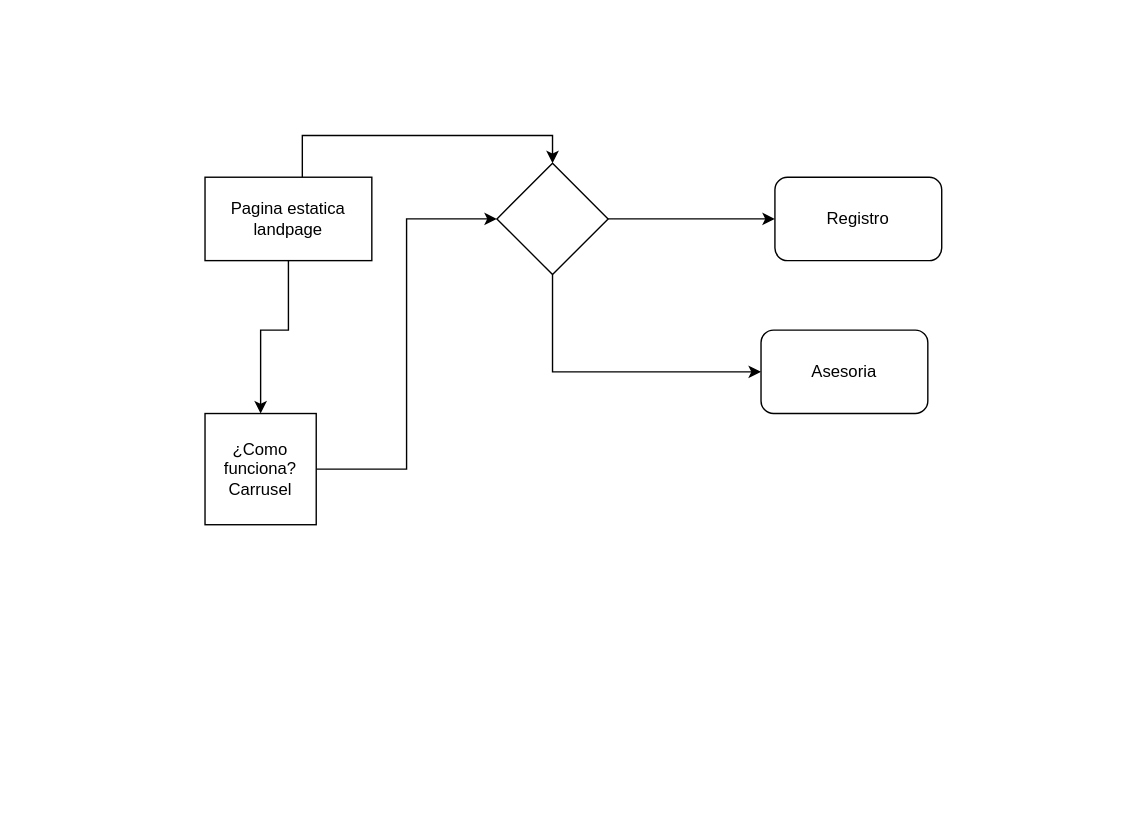
The draw.io diagram page "Página-1" (1 of 2) of docs/FlujoEntreModulos.drawio in pablomerchan/TheoriaM, before the edit. Source tidied: cells renumbered, new cells numbered last; positions are measured from the earlier drawing's top-left corner, leaving out a move shared by most shapes. Both pictures are drawn from the tidied source at 139%, with x=0, y=0 at pixel (204, 135).
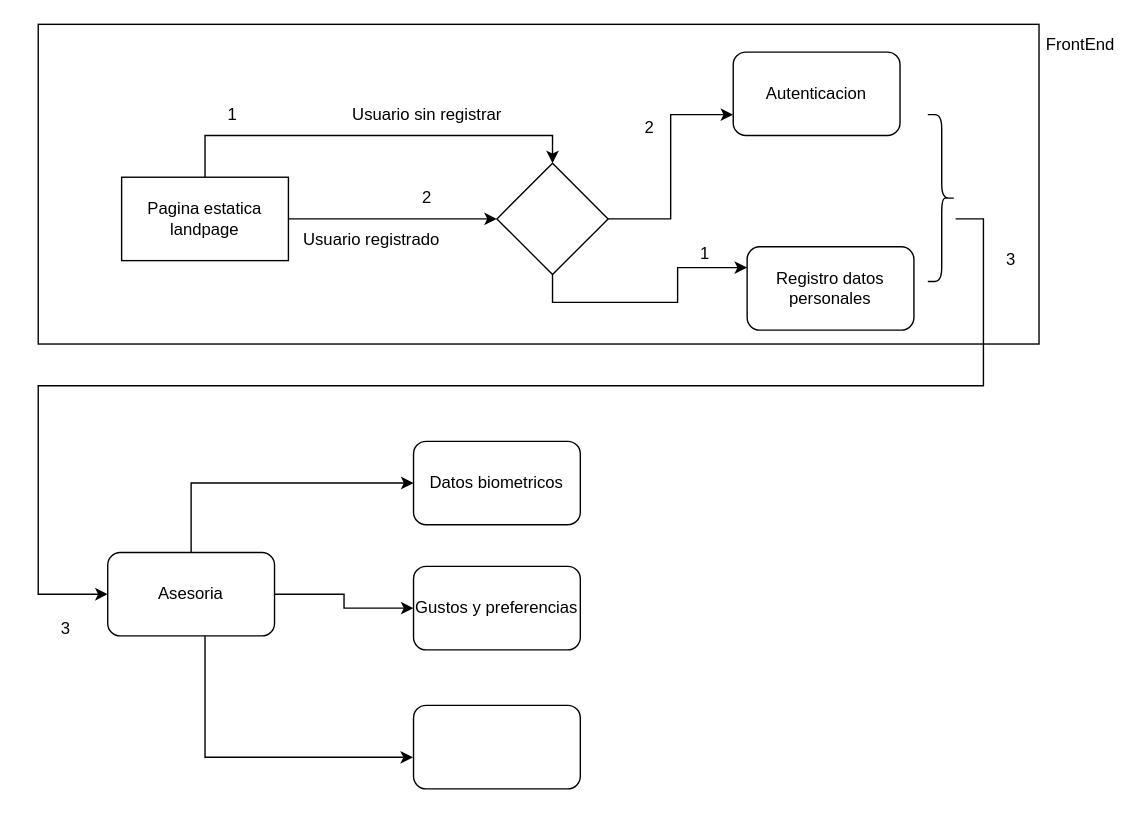
The same diagram, later.

The change refers to these unchanged cells:
```xml
<mxCell id="10" style="rhombus;whiteSpace=wrap;html=1;shapeInside=1;" parent="1" vertex="1">
  <mxGeometry x="210" y="20" width="80" height="80" as="geometry" />
</mxCell>
```

Diff of the diagram source:
```diff
@@
-    <mxCell id="2" style="edgeStyle=orthogonalEdgeStyle;rounded=0;jettySize=auto;html=1;entryX=0.5;entryY=0;entryDx=0;entryDy=0;" parent="1" edge="1" source="4" target="6">
-      <mxGeometry relative="1" as="geometry">
-        <Array as="points">
-          <mxPoint x="60" y="140" />
-          <mxPoint x="40" y="140" />
-        </Array>
-      </mxGeometry>
-    </mxCell>
+    <mxCell id="12" style="rounded=0;whiteSpace=wrap;html=1;" parent="1" vertex="1">
+      <mxGeometry x="-120" y="-80" width="720" height="230" as="geometry" />
+    </mxCell>
     <mxCell id="3" style="edgeStyle=orthogonalEdgeStyle;rounded=0;jettySize=auto;html=1;entryX=0.5;entryY=0;entryDx=0;entryDy=0;" parent="1" edge="1" source="4" target="10">
       <mxGeometry relative="1" as="geometry">
         <Array as="points">
-          <mxPoint x="70" />
+          <mxPoint />
           <mxPoint x="250" />
         </Array>
       </mxGeometry>
     </mxCell>
+    <mxCell id="13" style="edgeStyle=orthogonalEdgeStyle;rounded=0;jettySize=auto;html=1;entryX=0;entryY=0.5;entryDx=0;entryDy=0;" parent="1" edge="1" source="4" target="10">
+      <mxGeometry relative="1" as="geometry" />
+    </mxCell>
     <mxCell id="4" value="Pagina estatica landpage" style="rounded=0;whiteSpace=wrap;html=1;" parent="1" vertex="1">
-      <mxGeometry y="30" width="120" height="60" as="geometry" />
+      <mxGeometry x="-60" y="30" width="120" height="60" as="geometry" />
     </mxCell>
-    <mxCell id="5" style="edgeStyle=orthogonalEdgeStyle;rounded=0;jettySize=auto;html=1;entryX=0;entryY=0.5;entryDx=0;entryDy=0;" parent="1" edge="1" source="6" target="10">
-      <mxGeometry relative="1" as="geometry" />
-    </mxCell>
-    <mxCell id="6" value="¿Como funciona? Carrusel" style="whiteSpace=wrap;html=1;" parent="1" vertex="1">
-      <mxGeometry y="200" width="80" height="80" as="geometry" />
-    </mxCell>
-    <mxCell id="7" value="Registro" style="rounded=1;whiteSpace=wrap;html=1;" parent="1" vertex="1">
-      <mxGeometry x="410" y="30" width="120" height="60" as="geometry" />
+    <mxCell id="7" value="Registro datos personales" style="rounded=1;whiteSpace=wrap;html=1;" parent="1" vertex="1">
+      <mxGeometry x="390" y="80" width="120" height="60" as="geometry" />
     </mxCell>
+    <mxCell id="9" style="edgeStyle=orthogonalEdgeStyle;rounded=0;jettySize=auto;html=1;entryX=0;entryY=0.75;entryDx=0;entryDy=0;" parent="1" edge="1" source="10" target="11">
+      <mxGeometry relative="1" as="geometry" />
+    </mxCell>
-    <mxCell id="8" style="edgeStyle=orthogonalEdgeStyle;rounded=0;jettySize=auto;html=1;entryX=0;entryY=0.5;entryDx=0;entryDy=0;" parent="1" edge="1" source="10" target="7">
+    <mxCell id="8" style="edgeStyle=orthogonalEdgeStyle;rounded=0;jettySize=auto;html=1;exitX=0.5;exitY=1;exitDx=0;exitDy=0;entryX=0;entryY=0.25;entryDx=0;entryDy=0;" parent="1" edge="1" source="10" target="7">
       <mxGeometry relative="1" as="geometry" />
     </mxCell>
-    <mxCell id="9" style="edgeStyle=orthogonalEdgeStyle;rounded=0;jettySize=auto;html=1;exitX=0.5;exitY=1;exitDx=0;exitDy=0;entryX=0;entryY=0.5;entryDx=0;entryDy=0;" parent="1" edge="1" source="10" target="11">
-      <mxGeometry relative="1" as="geometry" />
-    </mxCell>
@@
-    <mxCell id="11" value="Asesoria" style="rounded=1;whiteSpace=wrap;html=1;" parent="1" vertex="1">
-      <mxGeometry x="400" y="140" width="120" height="60" as="geometry" />
+    <mxCell id="11" value="Autenticacion" style="rounded=1;whiteSpace=wrap;html=1;" parent="1" vertex="1">
+      <mxGeometry x="380" y="-60" width="120" height="60" as="geometry" />
     </mxCell>
+    <mxCell id="14" value="Usuario sin registrar" style="text;html=1;whiteSpace=wrap;strokeColor=none;fillColor=none;align=center;verticalAlign=middle;rounded=0;" parent="1" vertex="1">
+      <mxGeometry x="100" y="-30" width="120" height="30" as="geometry" />
+    </mxCell>
+    <mxCell id="15" value="Usuario registrado" style="text;html=1;whiteSpace=wrap;strokeColor=none;fillColor=none;align=center;verticalAlign=middle;rounded=0;" parent="1" vertex="1">
+      <mxGeometry x="60" y="60" width="120" height="30" as="geometry" />
+    </mxCell>
+    <mxCell id="16" value="1" style="text;html=1;whiteSpace=wrap;strokeColor=none;fillColor=none;align=center;verticalAlign=middle;rounded=0;" parent="1" vertex="1">
+      <mxGeometry x="-10" y="-30" width="60" height="30" as="geometry" />
+    </mxCell>
+    <mxCell id="17" value="1" style="text;html=1;whiteSpace=wrap;strokeColor=none;fillColor=none;align=center;verticalAlign=middle;rounded=0;" parent="1" vertex="1">
+      <mxGeometry x="330" y="70" width="60" height="30" as="geometry" />
+    </mxCell>
+    <mxCell id="18" value="2" style="text;html=1;whiteSpace=wrap;strokeColor=none;fillColor=none;align=center;verticalAlign=middle;rounded=0;" parent="1" vertex="1">
+      <mxGeometry x="130" y="30" width="60" height="30" as="geometry" />
+    </mxCell>
+    <mxCell id="19" value="2" style="text;html=1;whiteSpace=wrap;strokeColor=none;fillColor=none;align=center;verticalAlign=middle;rounded=0;" parent="1" vertex="1">
+      <mxGeometry x="290" y="-20" width="60" height="30" as="geometry" />
+    </mxCell>
+    <mxCell id="20" style="edgeStyle=orthogonalEdgeStyle;rounded=0;jettySize=auto;html=1;entryX=0;entryY=0.5;entryDx=0;entryDy=0;" parent="1" edge="1" source="22" target="26">
+      <mxGeometry relative="1" as="geometry">
+        <Array as="points">
+          <mxPoint x="-10" y="250" />
+        </Array>
+      </mxGeometry>
+    </mxCell>
+    <mxCell id="21" style="edgeStyle=orthogonalEdgeStyle;rounded=0;jettySize=auto;html=1;entryX=0;entryY=0.5;entryDx=0;entryDy=0;" parent="1" edge="1" source="22" target="27">
+      <mxGeometry relative="1" as="geometry" />
+    </mxCell>
+    <mxCell id="22" value="Asesoria" style="rounded=1;whiteSpace=wrap;html=1;" parent="1" vertex="1">
+      <mxGeometry x="-70" y="300" width="120" height="60" as="geometry" />
+    </mxCell>
+    <mxCell id="23" style="endArrow=classic;html=1;rounded=0;entryX=0;entryY=0.5;entryDx=0;entryDy=0;" parent="1" edge="1" target="22">
+      <mxGeometry relative="1" as="geometry">
+        <mxPoint x="540" y="60" as="sourcePoint" />
+        <Array as="points">
+          <mxPoint x="560" y="60" />
+          <mxPoint x="560" y="180" />
+          <mxPoint x="-120" y="180" />
+          <mxPoint x="-120" y="330" />
+        </Array>
+      </mxGeometry>
+    </mxCell>
+    <mxCell id="24" value="3" style="text;html=1;whiteSpace=wrap;strokeColor=none;fillColor=none;align=center;verticalAlign=middle;rounded=0;" parent="1" vertex="1">
+      <mxGeometry x="570" y="75" width="20" height="30" as="geometry" />
+    </mxCell>
+    <mxCell id="25" value="3" style="text;html=1;whiteSpace=wrap;strokeColor=none;fillColor=none;align=center;verticalAlign=middle;rounded=0;" parent="1" vertex="1">
+      <mxGeometry x="-130" y="340" width="60" height="30" as="geometry" />
+    </mxCell>
+    <mxCell id="26" value="Datos biometricos" style="rounded=1;whiteSpace=wrap;html=1;" parent="1" vertex="1">
+      <mxGeometry x="150" y="220" width="120" height="60" as="geometry" />
+    </mxCell>
+    <mxCell id="27" value="Gustos y preferencias" style="rounded=1;whiteSpace=wrap;html=1;" parent="1" vertex="1">
+      <mxGeometry x="150" y="310" width="120" height="60" as="geometry" />
+    </mxCell>
+    <mxCell id="28" style="rounded=1;whiteSpace=wrap;html=1;" parent="1" vertex="1">
+      <mxGeometry x="150" y="410" width="120" height="60" as="geometry" />
+    </mxCell>
+    <mxCell id="29" style="shape=curlyBracket;whiteSpace=wrap;html=1;rounded=1;flipH=1;labelPosition=right;verticalLabelPosition=middle;align=left;verticalAlign=middle;legacyAnchorPoints=0;" parent="1" vertex="1">
+      <mxGeometry x="520" y="-15" width="20" height="120" as="geometry" />
+    </mxCell>
+    <mxCell id="30" style="edgeStyle=orthogonalEdgeStyle;rounded=0;jettySize=auto;html=1;entryX=-0.003;entryY=0.622;entryDx=0;entryDy=0;entryPerimeter=0;" parent="1" edge="1" source="22" target="28">
+      <mxGeometry relative="1" as="geometry">
+        <Array as="points">
+          <mxPoint y="447.3" />
+        </Array>
+      </mxGeometry>
+    </mxCell>
+    <mxCell id="31" value="FrontEnd" style="text;html=1;whiteSpace=wrap;strokeColor=none;fillColor=none;align=center;verticalAlign=middle;rounded=0;" parent="1" vertex="1">
+      <mxGeometry x="600" y="-80" width="60" height="30" as="geometry" />
+    </mxCell>
```
